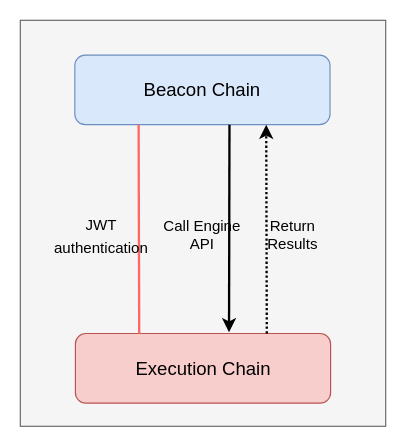
The draw.io diagram ethereum-research/pos-beaconchain/Engine API.drawio in 0xyicheng/a-research-diagram, before the edit. Source tidied: cells renumbered, new cells numbered last; positions are measured from the earlier drawing's top-left corner, leaving out a move shared by most shapes. Both pictures are drawn from the tidied source at 116%, with x=0, y=0 at pixel (20, 20).
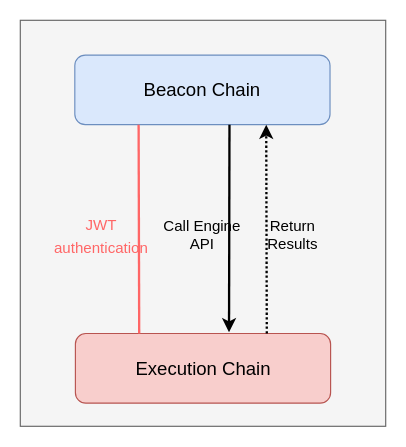
Above is the later version.

Diff of the diagram source:
```diff
@@
 <mxGraphModel>
   <root>
     <mxCell id="0" />
     <mxCell id="1" parent="0" />
     <mxCell id="2" style="rounded=0;whiteSpace=wrap;html=1;fillColor=#f5f5f5;fontColor=#333333;strokeColor=#666666;" parent="1" vertex="1">
       <mxGeometry width="315" height="350" as="geometry" />
     </mxCell>
     <mxCell id="3" value="&lt;font style=&quot;font-size: 16px;&quot;&gt;Beacon Chain&lt;/font&gt;" style="rounded=1;whiteSpace=wrap;html=1;fillColor=#dae8fc;strokeColor=#6c8ebf;" parent="1" vertex="1">
       <mxGeometry x="47" y="30" width="220" height="60" as="geometry" />
     </mxCell>
     <mxCell id="4" value="&lt;font style=&quot;font-size: 16px;&quot;&gt;Execution Chain&lt;/font&gt;" style="rounded=1;whiteSpace=wrap;html=1;fillColor=#f8cecc;strokeColor=#b85450;" parent="1" vertex="1">
       <mxGeometry x="47.5" y="270" width="220" height="60" as="geometry" />
     </mxCell>
     <mxCell id="5" style="endArrow=none;html=1;rounded=0;strokeColor=#FF6666;strokeWidth=2;fontSize=16;entryX=0.25;entryY=1;entryDx=0;entryDy=0;exitX=0.25;exitY=0;exitDx=0;exitDy=0;" parent="1" edge="1" source="4" target="3">
       <mxGeometry relative="1" as="geometry" />
     </mxCell>
-    <mxCell id="6" value="&lt;font style=&quot;font-size: 13px;&quot;&gt;JWT authentication&lt;/font&gt;" style="text;html=1;strokeColor=none;fillColor=none;align=center;verticalAlign=middle;whiteSpace=wrap;rounded=0;fontSize=16;" parent="1" vertex="1">
+    <mxCell id="6" value="&lt;font style=&quot;font-size: 13px;&quot;&gt;JWT authentication&lt;/font&gt;" style="text;html=1;strokeColor=none;fillColor=none;align=center;verticalAlign=middle;whiteSpace=wrap;rounded=0;fontSize=16;fontColor=#FF6666;" parent="1" vertex="1">
       <mxGeometry x="35" y="165" width="70" height="40" as="geometry" />
     </mxCell>
     <mxCell id="7" style="endArrow=classic;html=1;rounded=0;strokeColor=#000000;strokeWidth=2;fontSize=13;entryX=0.75;entryY=1;entryDx=0;entryDy=0;exitX=0.75;exitY=0;exitDx=0;exitDy=0;dashed=1;dashPattern=1 1;" parent="1" edge="1" source="4" target="3">
       <mxGeometry relative="1" as="geometry" />
     </mxCell>
     <mxCell id="8" style="endArrow=classic;html=1;rounded=0;strokeColor=#000000;strokeWidth=2;fontSize=13;exitX=0.606;exitY=1;exitDx=0;exitDy=0;exitPerimeter=0;entryX=0.602;entryY=-0.017;entryDx=0;entryDy=0;entryPerimeter=0;" parent="1" edge="1" source="3" target="4">
       <mxGeometry relative="1" as="geometry" />
     </mxCell>
     <mxCell id="9" value="Call Engine API" style="text;html=1;strokeColor=none;fillColor=none;align=center;verticalAlign=middle;whiteSpace=wrap;rounded=0;fontSize=13;" parent="1" vertex="1">
       <mxGeometry x="122" y="170" width="70" height="30" as="geometry" />
     </mxCell>
     <mxCell id="10" value="Return Results" style="text;html=1;strokeColor=none;fillColor=none;align=center;verticalAlign=middle;whiteSpace=wrap;rounded=0;fontSize=13;" parent="1" vertex="1">
       <mxGeometry x="205" y="170" width="60" height="30" as="geometry" />
     </mxCell>
   </root>
 </mxGraphModel>
```
